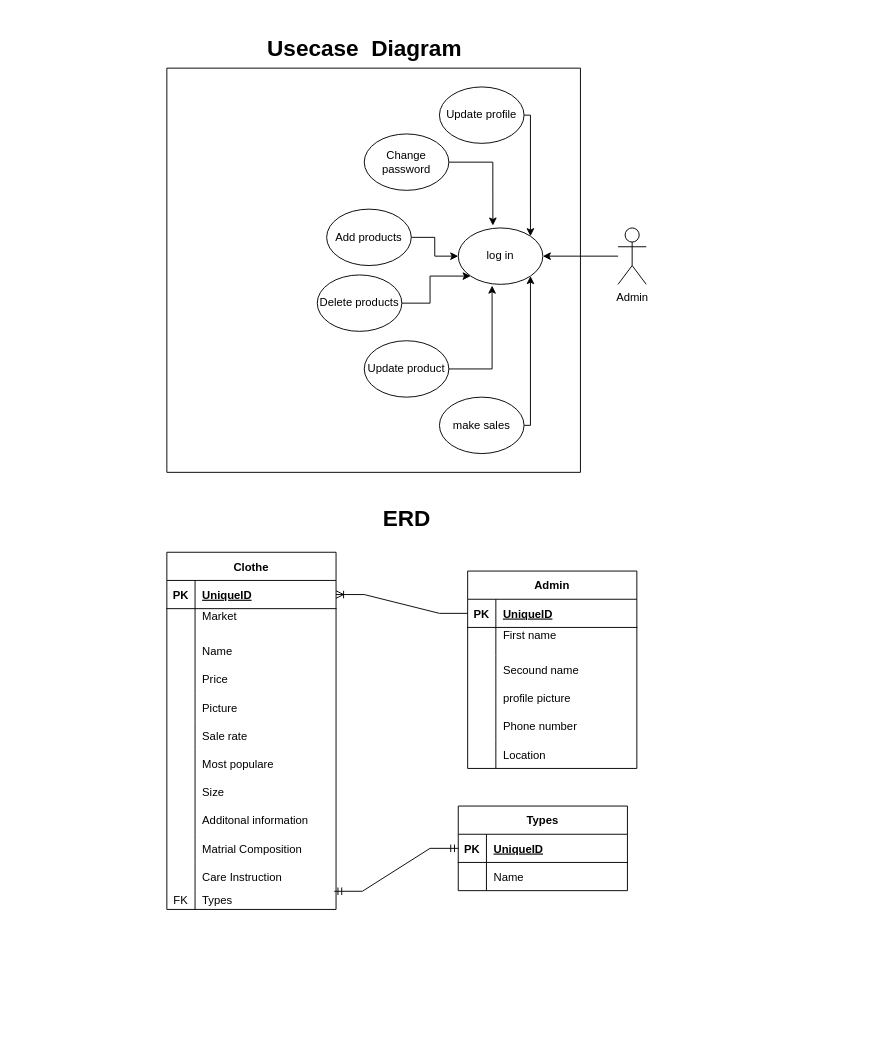
Earlier version of the draw.io diagram TCSH usecase.drawio (KhaledAlhelwane/TCSH). Source tidied: cells renumbered, new cells numbered last; positions are measured from the earlier drawing's top-left corner, leaving out a move shared by most shapes. Both pictures are drawn from the tidied source at 94%, with x=0, y=0 at pixel (166, 16).
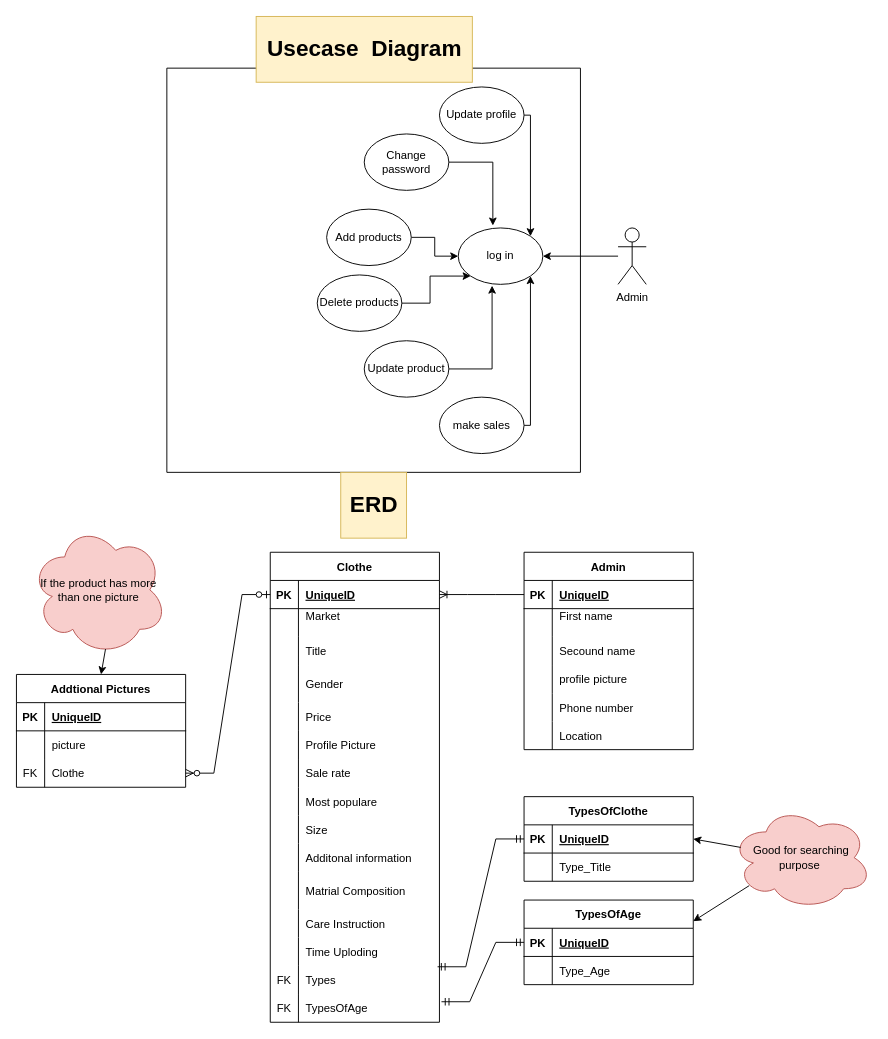
After the change.

The change refers to these unchanged cells:
```xml
<mxCell id="21" style="shape=tableRow;horizontal=0;startSize=0;swimlaneHead=0;swimlaneBody=0;fillColor=none;points=[[0,0.5],[1,0.5]];portConstraint=eastwest;top=0;left=0;right=0;bottom=1;" parent="20" vertex="1">
  <mxGeometry y="30" width="180" height="30" as="geometry" />
</mxCell>
<mxCell id="27" style="shape=tableRow;horizontal=0;startSize=0;swimlaneHead=0;swimlaneBody=0;fillColor=none;top=0;left=0;right=0;bottom=0;" parent="20" vertex="1">
  <mxGeometry y="90" width="180" height="30" as="geometry" />
</mxCell>
<mxCell id="77" style="shape=tableRow;horizontal=0;startSize=0;swimlaneHead=0;swimlaneBody=0;fillColor=none;points=[[0,0.5],[1,0.5]];portConstraint=eastwest;top=0;left=0;right=0;bottom=1;" parent="76" vertex="1">
  <mxGeometry y="30" width="180" height="30" as="geometry" />
</mxCell>
```

The edit, as a diff of the source:
```diff
@@
-    <mxCell id="18" value="&lt;h1&gt;Usecase&amp;nbsp; Diagram&lt;/h1&gt;" style="text;html=1;align=center;verticalAlign=middle;strokeColor=none;fillColor=none;" parent="1" vertex="1">
+    <mxCell id="18" value="&lt;h1&gt;Usecase&amp;nbsp; Diagram&lt;/h1&gt;" style="text;html=1;align=center;verticalAlign=middle;strokeColor=#d6b656;fillColor=#fff2cc;" parent="1" vertex="1">
       <mxGeometry x="95" width="230" height="70" as="geometry" />
     </mxCell>
-    <mxCell id="19" value="&lt;h1&gt;ERD&lt;/h1&gt;" style="text;html=1;align=center;verticalAlign=middle;strokeColor=none;fillColor=none;" parent="1" vertex="1">
-      <mxGeometry x="220" y="500" width="70" height="70" as="geometry" />
+    <mxCell id="19" value="&lt;h1&gt;ERD&lt;/h1&gt;" style="text;html=1;align=center;verticalAlign=middle;strokeColor=#d6b656;fillColor=#fff2cc;" parent="1" vertex="1">
+      <mxGeometry x="185" y="485" width="70" height="70" as="geometry" />
     </mxCell>
     <mxCell id="20" value="Clothe" style="shape=table;startSize=30;childLayout=tableLayout;rowLines=0;fontStyle=1;align=center;" parent="1" vertex="1">
-      <mxGeometry y="570" width="180" height="380" as="geometry" />
+      <mxGeometry x="110" y="570" width="180" height="500" as="geometry" />
     </mxCell>
@@
-    <mxCell id="29" value="Name" style="shape=partialRectangle;fillColor=none;top=0;left=0;bottom=0;right=0;align=left;spacingLeft=6;overflow=hidden;" parent="27" vertex="1">
+    <mxCell id="29" value="Title" style="shape=partialRectangle;fillColor=none;top=0;left=0;bottom=0;right=0;align=left;spacingLeft=6;overflow=hidden;" parent="27" vertex="1">
       <mxGeometry x="30" width="150" height="30" as="geometry" />
     </mxCell>
+    <mxCell id="85" style="shape=tableRow;horizontal=0;startSize=0;swimlaneHead=0;swimlaneBody=0;fillColor=none;top=0;left=0;right=0;bottom=0;" parent="20" vertex="1">
+      <mxGeometry y="120" width="180" height="40" as="geometry" />
+    </mxCell>
+    <mxCell id="86" style="shape=partialRectangle;fillColor=none;top=0;left=0;bottom=0;right=0;overflow=hidden;" parent="85" vertex="1">
+      <mxGeometry width="30" height="40" as="geometry" />
+    </mxCell>
+    <mxCell id="87" value="Gender" style="shape=partialRectangle;fillColor=none;top=0;left=0;bottom=0;right=0;align=left;spacingLeft=6;overflow=hidden;" parent="85" vertex="1">
+      <mxGeometry x="30" width="150" height="40" as="geometry" />
+    </mxCell>
     <mxCell id="30" style="shape=tableRow;horizontal=0;startSize=0;swimlaneHead=0;swimlaneBody=0;fillColor=none;top=0;left=0;right=0;bottom=0;" parent="20" vertex="1">
-      <mxGeometry y="120" width="180" height="30" as="geometry" />
+      <mxGeometry y="160" width="180" height="30" as="geometry" />
     </mxCell>
@@
     <mxCell id="33" style="shape=tableRow;horizontal=0;startSize=0;swimlaneHead=0;swimlaneBody=0;fillColor=none;top=0;left=0;right=0;bottom=0;" parent="20" vertex="1">
-      <mxGeometry y="150" width="180" height="30" as="geometry" />
+      <mxGeometry y="190" width="180" height="30" as="geometry" />
     </mxCell>
@@
-    <mxCell id="35" value="Picture" style="shape=partialRectangle;fillColor=none;top=0;left=0;bottom=0;right=0;align=left;spacingLeft=6;overflow=hidden;" parent="33" vertex="1">
+    <mxCell id="35" value="Profile Picture" style="shape=partialRectangle;fillColor=none;top=0;left=0;bottom=0;right=0;align=left;spacingLeft=6;overflow=hidden;" parent="33" vertex="1">
       <mxGeometry x="30" width="150" height="30" as="geometry" />
     </mxCell>
     <mxCell id="36" style="shape=tableRow;horizontal=0;startSize=0;swimlaneHead=0;swimlaneBody=0;fillColor=none;top=0;left=0;right=0;bottom=0;" parent="20" vertex="1">
-      <mxGeometry y="180" width="180" height="30" as="geometry" />
+      <mxGeometry y="220" width="180" height="30" as="geometry" />
     </mxCell>
@@
     <mxCell id="39" style="shape=tableRow;horizontal=0;startSize=0;swimlaneHead=0;swimlaneBody=0;fillColor=none;top=0;left=0;right=0;bottom=0;" parent="20" vertex="1">
-      <mxGeometry y="210" width="180" height="30" as="geometry" />
+      <mxGeometry y="250" width="180" height="30" as="geometry" />
     </mxCell>
@@
     <mxCell id="42" style="shape=tableRow;horizontal=0;startSize=0;swimlaneHead=0;swimlaneBody=0;fillColor=none;top=0;left=0;right=0;bottom=0;" parent="20" vertex="1">
-      <mxGeometry y="240" width="180" height="30" as="geometry" />
+      <mxGeometry y="280" width="180" height="30" as="geometry" />
     </mxCell>
@@
     <mxCell id="45" style="shape=tableRow;horizontal=0;startSize=0;swimlaneHead=0;swimlaneBody=0;fillColor=none;top=0;left=0;right=0;bottom=0;" parent="20" vertex="1">
-      <mxGeometry y="270" width="180" height="30" as="geometry" />
+      <mxGeometry y="310" width="180" height="30" as="geometry" />
     </mxCell>
@@
     <mxCell id="48" style="shape=tableRow;horizontal=0;startSize=0;swimlaneHead=0;swimlaneBody=0;fillColor=none;top=0;left=0;right=0;bottom=0;" parent="20" vertex="1">
-      <mxGeometry y="300" width="180" height="30" as="geometry" />
+      <mxGeometry y="340" width="180" height="40" as="geometry" />
     </mxCell>
     <mxCell id="49" style="shape=partialRectangle;fillColor=none;top=0;left=0;bottom=0;right=0;overflow=hidden;" parent="48" vertex="1">
-      <mxGeometry width="30" height="30" as="geometry" />
+      <mxGeometry width="30" height="40" as="geometry" />
     </mxCell>
     <mxCell id="50" value="Matrial Composition" style="shape=partialRectangle;fillColor=none;top=0;left=0;bottom=0;right=0;align=left;spacingLeft=6;overflow=hidden;" parent="48" vertex="1">
-      <mxGeometry x="30" width="150" height="30" as="geometry" />
+      <mxGeometry x="30" width="150" height="40" as="geometry" />
     </mxCell>
     <mxCell id="51" style="shape=tableRow;horizontal=0;startSize=0;swimlaneHead=0;swimlaneBody=0;fillColor=none;top=0;left=0;right=0;bottom=0;" parent="20" vertex="1">
-      <mxGeometry y="330" width="180" height="30" as="geometry" />
+      <mxGeometry y="380" width="180" height="30" as="geometry" />
     </mxCell>
@@
+    <mxCell id="88" style="shape=tableRow;horizontal=0;startSize=0;swimlaneHead=0;swimlaneBody=0;fillColor=none;top=0;left=0;right=0;bottom=0;" parent="20" vertex="1">
+      <mxGeometry y="410" width="180" height="30" as="geometry" />
+    </mxCell>
+    <mxCell id="89" style="shape=partialRectangle;fillColor=none;top=0;left=0;bottom=0;right=0;overflow=hidden;" parent="88" vertex="1">
+      <mxGeometry width="30" height="30" as="geometry" />
+    </mxCell>
+    <mxCell id="90" value="Time Uploding" style="shape=partialRectangle;fillColor=none;top=0;left=0;bottom=0;right=0;align=left;spacingLeft=6;overflow=hidden;" parent="88" vertex="1">
+      <mxGeometry x="30" width="150" height="30" as="geometry" />
+    </mxCell>
     <mxCell id="54" style="shape=tableRow;horizontal=0;startSize=0;swimlaneHead=0;swimlaneBody=0;fillColor=none;points=[[0,0.5],[1,0.5]];portConstraint=eastwest;top=0;left=0;right=0;bottom=0;" parent="20" vertex="1">
-      <mxGeometry y="360" width="180" height="20" as="geometry" />
+      <mxGeometry y="440" width="180" height="30" as="geometry" />
     </mxCell>
     <mxCell id="55" value="FK" style="shape=partialRectangle;fillColor=none;top=0;left=0;bottom=0;right=0;overflow=hidden;" parent="54" vertex="1">
-      <mxGeometry width="30" height="20" as="geometry" />
+      <mxGeometry width="30" height="30" as="geometry" />
     </mxCell>
     <mxCell id="56" value="Types" style="shape=partialRectangle;fillColor=none;top=0;left=0;bottom=0;right=0;align=left;spacingLeft=6;overflow=hidden;" parent="54" vertex="1">
-      <mxGeometry x="30" width="150" height="20" as="geometry" />
+      <mxGeometry x="30" width="150" height="30" as="geometry" />
     </mxCell>
+    <mxCell id="91" style="shape=tableRow;horizontal=0;startSize=0;swimlaneHead=0;swimlaneBody=0;fillColor=none;points=[[0,0.5],[1,0.5]];portConstraint=eastwest;top=0;left=0;right=0;bottom=0;" parent="20" vertex="1">
+      <mxGeometry y="470" width="180" height="30" as="geometry" />
+    </mxCell>
+    <mxCell id="92" value="FK" style="shape=partialRectangle;fillColor=none;top=0;left=0;bottom=0;right=0;overflow=hidden;" parent="91" vertex="1">
+      <mxGeometry width="30" height="30" as="geometry" />
+    </mxCell>
+    <mxCell id="93" value="TypesOfAge" style="shape=partialRectangle;fillColor=none;top=0;left=0;bottom=0;right=0;align=left;spacingLeft=6;overflow=hidden;" parent="91" vertex="1">
+      <mxGeometry x="30" width="150" height="30" as="geometry" />
+    </mxCell>
     <mxCell id="57" value="Admin" style="shape=table;startSize=30;childLayout=tableLayout;rowLines=0;fontStyle=1;align=center;" parent="1" vertex="1">
-      <mxGeometry x="320" y="590" width="180" height="210" as="geometry" />
+      <mxGeometry x="380" y="570" width="180" height="210" as="geometry" />
     </mxCell>
@@
-    <mxCell id="76" value="Types" style="shape=table;startSize=30;childLayout=tableLayout;rowLines=0;fontStyle=1;align=center;" parent="1" vertex="1">
-      <mxGeometry x="310" y="840" width="180" height="90" as="geometry" />
+    <mxCell id="76" value="TypesOfClothe" style="shape=table;startSize=30;childLayout=tableLayout;rowLines=0;fontStyle=1;align=center;" parent="1" vertex="1">
+      <mxGeometry x="380" y="830" width="180" height="90" as="geometry" />
     </mxCell>
@@
-    <mxCell id="80" style="shape=tableRow;horizontal=0;startSize=0;swimlaneHead=0;swimlaneBody=0;fillColor=none;top=0;left=0;right=0;bottom=0;" parent="76" vertex="1">
-      <mxGeometry y="60" width="180" height="30" as="geometry" />
-    </mxCell>
-    <mxCell id="81" style="shape=partialRectangle;fillColor=none;top=0;left=0;bottom=0;right=0;overflow=hidden;" parent="80" vertex="1">
-      <mxGeometry width="30" height="30" as="geometry" />
-    </mxCell>
-    <mxCell id="82" value="Name" style="shape=partialRectangle;fillColor=none;top=0;left=0;bottom=0;right=0;align=left;spacingLeft=6;overflow=hidden;" parent="80" vertex="1">
-      <mxGeometry x="30" width="150" height="30" as="geometry" />
-    </mxCell>
+    <mxCell id="94" style="shape=tableRow;horizontal=0;startSize=0;swimlaneHead=0;swimlaneBody=0;fillColor=none;top=0;left=0;right=0;bottom=0;" parent="76" vertex="1">
+      <mxGeometry y="60" width="180" height="30" as="geometry" />
+    </mxCell>
+    <mxCell id="95" style="shape=partialRectangle;fillColor=none;top=0;left=0;bottom=0;right=0;overflow=hidden;" parent="94" vertex="1">
+      <mxGeometry width="30" height="30" as="geometry" />
+    </mxCell>
+    <mxCell id="96" value="Type_Title" style="shape=partialRectangle;fillColor=none;top=0;left=0;bottom=0;right=0;align=left;spacingLeft=6;overflow=hidden;" parent="94" vertex="1">
+      <mxGeometry x="30" width="150" height="30" as="geometry" />
+    </mxCell>
@@
+    <mxCell id="97" value="Addtional Pictures" style="shape=table;startSize=30;childLayout=tableLayout;rowLines=0;fontStyle=1;align=center;" parent="1" vertex="1">
+      <mxGeometry x="-160" y="700" width="180" height="120" as="geometry" />
+    </mxCell>
+    <mxCell id="98" style="shape=tableRow;horizontal=0;startSize=0;swimlaneHead=0;swimlaneBody=0;fillColor=none;top=0;left=0;right=0;bottom=1;" parent="97" vertex="1">
+      <mxGeometry y="30" width="180" height="30" as="geometry" />
+    </mxCell>
+    <mxCell id="99" value="PK" style="shape=partialRectangle;fillColor=none;top=0;left=0;bottom=0;right=0;fontStyle=1;overflow=hidden;" parent="98" vertex="1">
+      <mxGeometry width="30" height="30" as="geometry" />
+    </mxCell>
+    <mxCell id="100" value="UniqueID" style="shape=partialRectangle;fillColor=none;top=0;left=0;bottom=0;right=0;align=left;spacingLeft=6;fontStyle=5;overflow=hidden;" parent="98" vertex="1">
+      <mxGeometry x="30" width="150" height="30" as="geometry" />
+    </mxCell>
+    <mxCell id="101" style="shape=tableRow;horizontal=0;startSize=0;swimlaneHead=0;swimlaneBody=0;fillColor=none;top=0;left=0;right=0;bottom=0;" parent="97" vertex="1">
+      <mxGeometry y="60" width="180" height="30" as="geometry" />
+    </mxCell>
+    <mxCell id="102" style="shape=partialRectangle;fillColor=none;top=0;left=0;bottom=0;right=0;overflow=hidden;" parent="101" vertex="1">
+      <mxGeometry width="30" height="30" as="geometry" />
+    </mxCell>
+    <mxCell id="103" value="picture" style="shape=partialRectangle;fillColor=none;top=0;left=0;bottom=0;right=0;align=left;spacingLeft=6;overflow=hidden;" parent="101" vertex="1">
+      <mxGeometry x="30" width="150" height="30" as="geometry" />
+    </mxCell>
+    <mxCell id="104" style="shape=tableRow;horizontal=0;startSize=0;swimlaneHead=0;swimlaneBody=0;fillColor=none;points=[[0,0.5],[1,0.5]];portConstraint=eastwest;top=0;left=0;right=0;bottom=0;" parent="97" vertex="1">
+      <mxGeometry y="90" width="180" height="30" as="geometry" />
+    </mxCell>
+    <mxCell id="105" value="FK" style="shape=partialRectangle;fillColor=none;top=0;left=0;bottom=0;right=0;overflow=hidden;" parent="104" vertex="1">
+      <mxGeometry width="30" height="30" as="geometry" />
+    </mxCell>
+    <mxCell id="106" value="Clothe" style="shape=partialRectangle;fillColor=none;top=0;left=0;bottom=0;right=0;align=left;spacingLeft=6;overflow=hidden;" parent="104" vertex="1">
+      <mxGeometry x="30" width="150" height="30" as="geometry" />
+    </mxCell>
+    <mxCell id="107" style="edgeStyle=entityRelationEdgeStyle;fontSize=12;html=1;endArrow=ERzeroToMany;startArrow=ERzeroToOne;rounded=0;entryX=1;entryY=0.5;entryDx=0;entryDy=0;exitX=0;exitY=0.5;exitDx=0;exitDy=0;" parent="1" edge="1" source="21" target="104">
+      <mxGeometry relative="1" as="geometry" />
+    </mxCell>
+    <mxCell id="108" value="TypesOfAge" style="shape=table;startSize=30;childLayout=tableLayout;rowLines=0;fontStyle=1;align=center;" parent="1" vertex="1">
+      <mxGeometry x="380" y="940" width="180" height="90" as="geometry" />
+    </mxCell>
+    <mxCell id="109" style="shape=tableRow;horizontal=0;startSize=0;swimlaneHead=0;swimlaneBody=0;fillColor=none;points=[[0,0.5],[1,0.5]];portConstraint=eastwest;top=0;left=0;right=0;bottom=1;" parent="108" vertex="1">
+      <mxGeometry y="30" width="180" height="30" as="geometry" />
+    </mxCell>
+    <mxCell id="110" value="PK" style="shape=partialRectangle;fillColor=none;top=0;left=0;bottom=0;right=0;fontStyle=1;overflow=hidden;" parent="109" vertex="1">
+      <mxGeometry width="30" height="30" as="geometry" />
+    </mxCell>
+    <mxCell id="111" value="UniqueID" style="shape=partialRectangle;fillColor=none;top=0;left=0;bottom=0;right=0;align=left;spacingLeft=6;fontStyle=5;overflow=hidden;" parent="109" vertex="1">
+      <mxGeometry x="30" width="150" height="30" as="geometry" />
+    </mxCell>
+    <mxCell id="112" style="shape=tableRow;horizontal=0;startSize=0;swimlaneHead=0;swimlaneBody=0;fillColor=none;top=0;left=0;right=0;bottom=0;" parent="108" vertex="1">
+      <mxGeometry y="60" width="180" height="30" as="geometry" />
+    </mxCell>
+    <mxCell id="113" style="shape=partialRectangle;fillColor=none;top=0;left=0;bottom=0;right=0;overflow=hidden;" parent="112" vertex="1">
+      <mxGeometry width="30" height="30" as="geometry" />
+    </mxCell>
+    <mxCell id="114" value="Type_Age" style="shape=partialRectangle;fillColor=none;top=0;left=0;bottom=0;right=0;align=left;spacingLeft=6;overflow=hidden;" parent="112" vertex="1">
+      <mxGeometry x="30" width="150" height="30" as="geometry" />
+    </mxCell>
+    <mxCell id="115" style="edgeStyle=entityRelationEdgeStyle;fontSize=12;html=1;endArrow=ERmandOne;startArrow=ERmandOne;rounded=0;exitX=1.012;exitY=0.273;exitDx=0;exitDy=0;exitPerimeter=0;" parent="1" edge="1" source="91" target="109">
+      <mxGeometry relative="1" as="geometry" />
+    </mxCell>
+    <mxCell id="116" value="Good for searching purpose&amp;nbsp;" style="ellipse;shape=cloud;whiteSpace=wrap;html=1;fillColor=#f8cecc;strokeColor=#b85450;" parent="1" vertex="1">
+      <mxGeometry x="600" y="840" width="150" height="110" as="geometry" />
+    </mxCell>
+    <mxCell id="117" style="endArrow=classic;html=1;rounded=0;exitX=0.07;exitY=0.4;exitDx=0;exitDy=0;exitPerimeter=0;entryX=1;entryY=0.5;entryDx=0;entryDy=0;" parent="1" edge="1" source="116" target="77">
+      <mxGeometry relative="1" as="geometry" />
+    </mxCell>
+    <mxCell id="118" style="endArrow=classic;html=1;rounded=0;exitX=0.13;exitY=0.77;exitDx=0;exitDy=0;exitPerimeter=0;entryX=1;entryY=0.25;entryDx=0;entryDy=0;" parent="1" edge="1" source="116" target="108">
+      <mxGeometry relative="1" as="geometry" />
+    </mxCell>
+    <mxCell id="119" value="If the product has more than one picture" style="ellipse;shape=cloud;whiteSpace=wrap;html=1;fillColor=#f8cecc;strokeColor=#b85450;" parent="1" vertex="1">
+      <mxGeometry x="-145" y="540" width="145" height="140" as="geometry" />
+    </mxCell>
+    <mxCell id="120" style="endArrow=classic;html=1;rounded=0;exitX=0.55;exitY=0.95;exitDx=0;exitDy=0;exitPerimeter=0;entryX=0.5;entryY=0;entryDx=0;entryDy=0;" parent="1" edge="1" source="119" target="97">
+      <mxGeometry relative="1" as="geometry" />
+    </mxCell>
```
